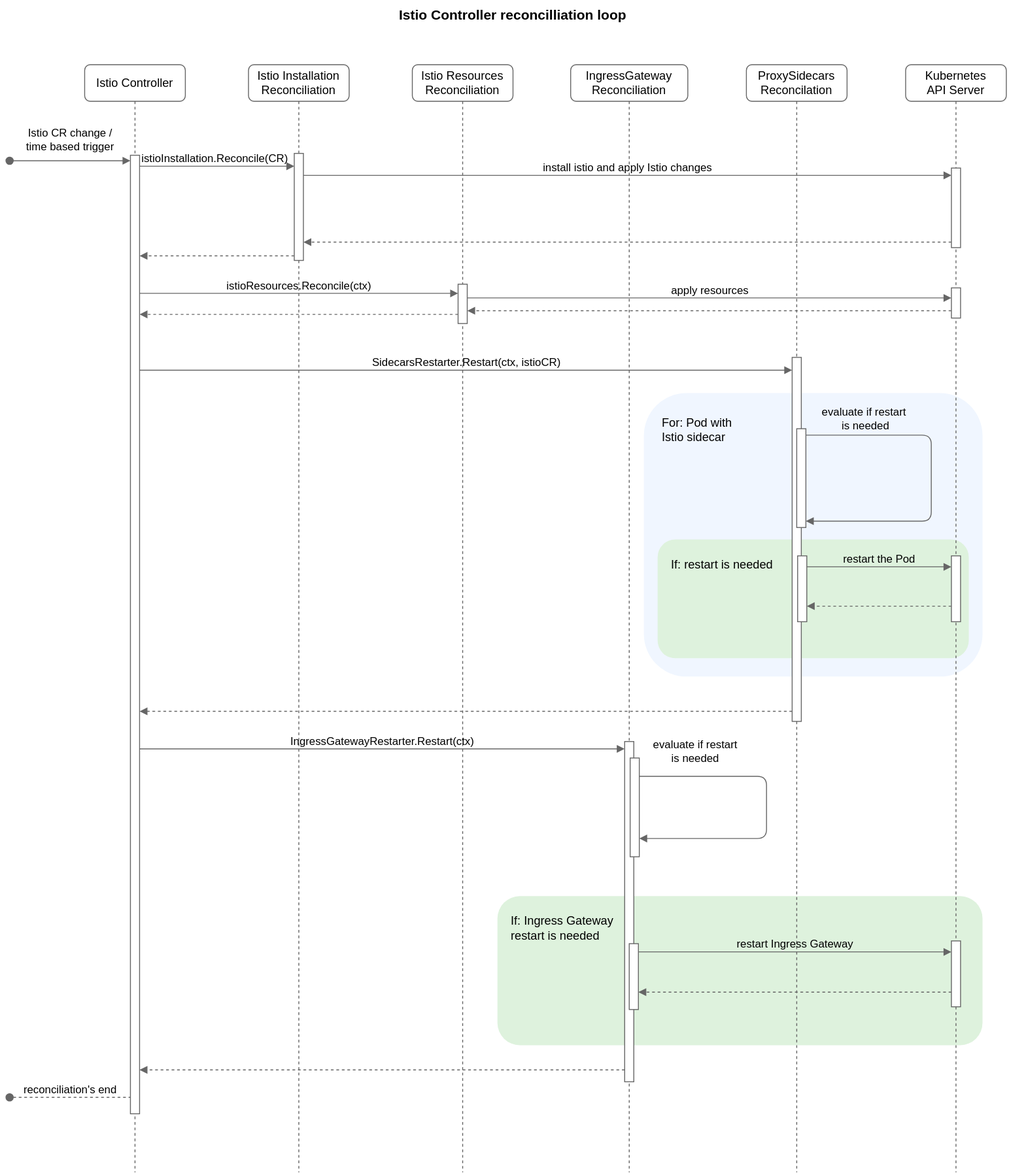
Earlier version of the draw.io export docs/assets/istio-controller-reconciliation-loop.svg (kyma-project/istio). Source tidied: cells renumbered, new cells last; positions are measured from the earlier drawing's top-left corner, leaving out a move shared by most shapes.
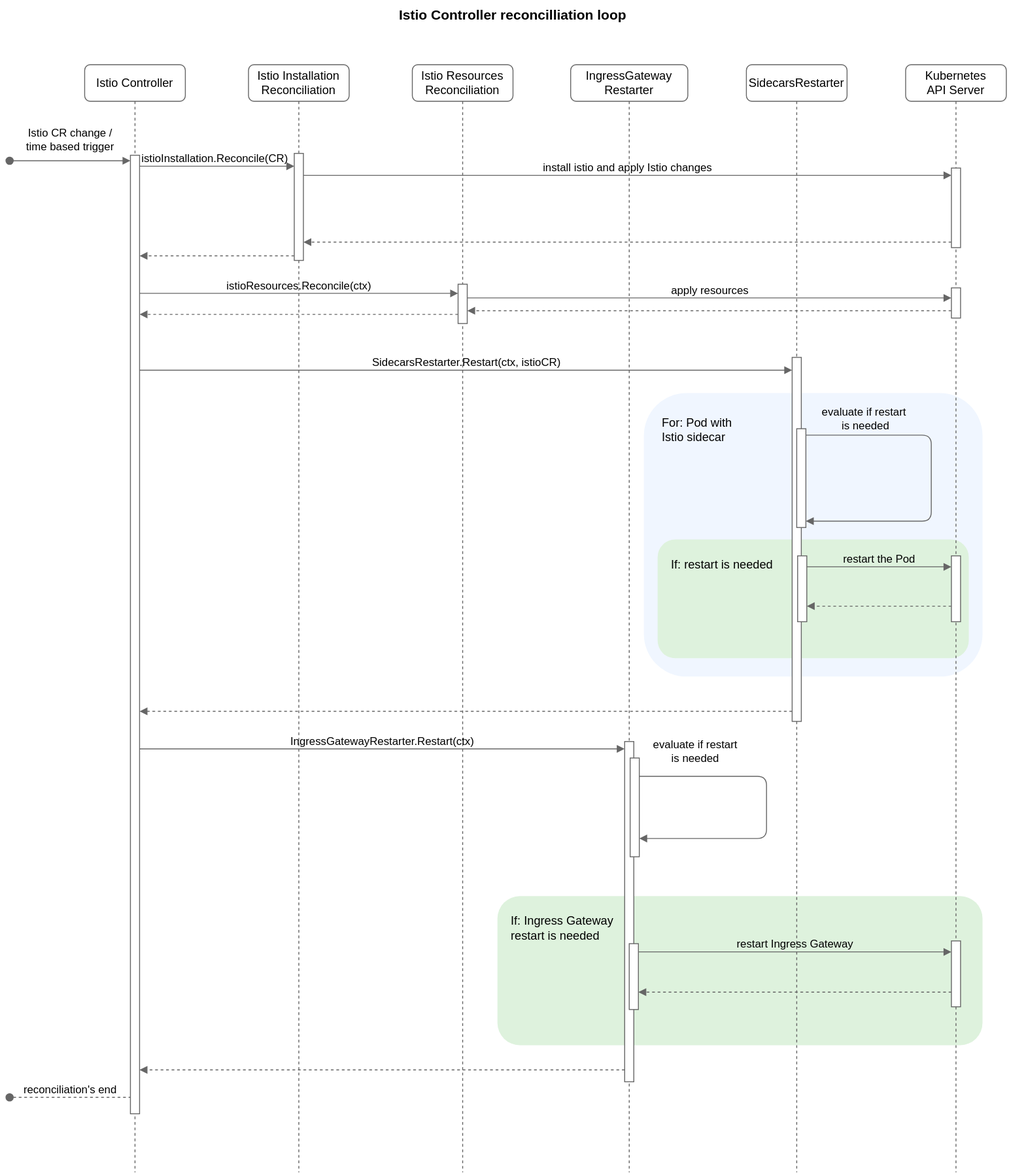
The same diagram one commit later.

Commit message:
Update diagram and rename Restarters

The edit, as a diff of the source:
```diff
@@ -56,7 +56,7 @@
     <mxCell id="14" style="html=1;points=[];perimeter=orthogonalPerimeter;outlineConnect=0;targetShapes=umlLifeline;portConstraint=eastwest;newEdgeStyle={&quot;edgeStyle&quot;:&quot;elbowEdgeStyle&quot;,&quot;elbow&quot;:&quot;vertical&quot;,&quot;curved&quot;:0,&quot;rounded&quot;:0};fontFamily=Helvetica;fontSize=11;fontColor=#FFFFFF;fillColor=#FFFFFF;strokeColor=#666666;" parent="13" vertex="1">
       <mxGeometry x="50" y="240" width="10" height="43" as="geometry" />
     </mxCell>
-    <mxCell id="15" value="IngressGateway&lt;br style=&quot;font-size: 13px;&quot;&gt;Reconciliation" style="shape=umlLifeline;perimeter=lifelinePerimeter;whiteSpace=wrap;html=1;newEdgeStyle={&quot;edgeStyle&quot;:&quot;elbowEdgeStyle&quot;,&quot;elbow&quot;:&quot;vertical&quot;,&quot;curved&quot;:0,&quot;rounded&quot;:0};fillColor=none;fontColor=default;labelBorderColor=none;strokeColor=#666666;rounded=1;fontSize=13;" parent="1" vertex="1">
+    <mxCell id="15" value="IngressGateway Restarter" style="shape=umlLifeline;perimeter=lifelinePerimeter;whiteSpace=wrap;html=1;newEdgeStyle={&quot;edgeStyle&quot;:&quot;elbowEdgeStyle&quot;,&quot;elbow&quot;:&quot;vertical&quot;,&quot;curved&quot;:0,&quot;rounded&quot;:0};fillColor=none;fontColor=default;labelBorderColor=none;strokeColor=#666666;rounded=1;fontSize=13;" parent="1" vertex="1">
       <mxGeometry x="623" y="70" width="128" height="1211" as="geometry" />
     </mxCell>
     <mxCell id="16" value="evaluate if restart &lt;br style=&quot;font-size: 12px;&quot;&gt;is needed" style="edgeStyle=elbowEdgeStyle;shape=connector;rounded=1;orthogonalLoop=1;jettySize=auto;elbow=vertical;html=1;labelBackgroundColor=none;strokeColor=#666666;fontFamily=Helvetica;fontSize=12;fontColor=#000000;endArrow=block;targetPerimeterSpacing=0;spacingTop=-17;" parent="15" edge="1" source="18" target="18">
@@ -72,7 +72,7 @@
     <mxCell id="18" style="html=1;points=[];perimeter=orthogonalPerimeter;outlineConnect=0;targetShapes=umlLifeline;portConstraint=eastwest;newEdgeStyle={&quot;edgeStyle&quot;:&quot;elbowEdgeStyle&quot;,&quot;elbow&quot;:&quot;vertical&quot;,&quot;curved&quot;:0,&quot;rounded&quot;:0};fontFamily=Helvetica;fontSize=11;fontColor=#FFFFFF;fillColor=#FFFFFF;strokeColor=#666666;" parent="15" vertex="1">
       <mxGeometry x="65" y="758" width="10" height="108" as="geometry" />
     </mxCell>
-    <mxCell id="19" value="ProxySidecars&lt;br style=&quot;font-size: 13px;&quot;&gt;Reconcilation" style="shape=umlLifeline;perimeter=lifelinePerimeter;whiteSpace=wrap;html=1;newEdgeStyle={&quot;edgeStyle&quot;:&quot;elbowEdgeStyle&quot;,&quot;elbow&quot;:&quot;vertical&quot;,&quot;curved&quot;:0,&quot;rounded&quot;:0};fillColor=none;fontColor=default;labelBorderColor=none;strokeColor=#666666;rounded=1;fontSize=13;" parent="1" vertex="1">
+    <mxCell id="19" value="SidecarsRestarter" style="shape=umlLifeline;perimeter=lifelinePerimeter;whiteSpace=wrap;html=1;newEdgeStyle={&quot;edgeStyle&quot;:&quot;elbowEdgeStyle&quot;,&quot;elbow&quot;:&quot;vertical&quot;,&quot;curved&quot;:0,&quot;rounded&quot;:0};fillColor=none;fontColor=default;labelBorderColor=none;strokeColor=#666666;rounded=1;fontSize=13;" parent="1" vertex="1">
       <mxGeometry x="815" y="70" width="110" height="1211" as="geometry" />
     </mxCell>
     <mxCell id="20" style="html=1;points=[];perimeter=orthogonalPerimeter;outlineConnect=0;targetShapes=umlLifeline;portConstraint=eastwest;newEdgeStyle={&quot;edgeStyle&quot;:&quot;elbowEdgeStyle&quot;,&quot;elbow&quot;:&quot;vertical&quot;,&quot;curved&quot;:0,&quot;rounded&quot;:0};fontFamily=Helvetica;fontSize=11;fontColor=#FFFFFF;fillColor=#FFFFFF;strokeColor=#666666;" parent="19" vertex="1">
```
